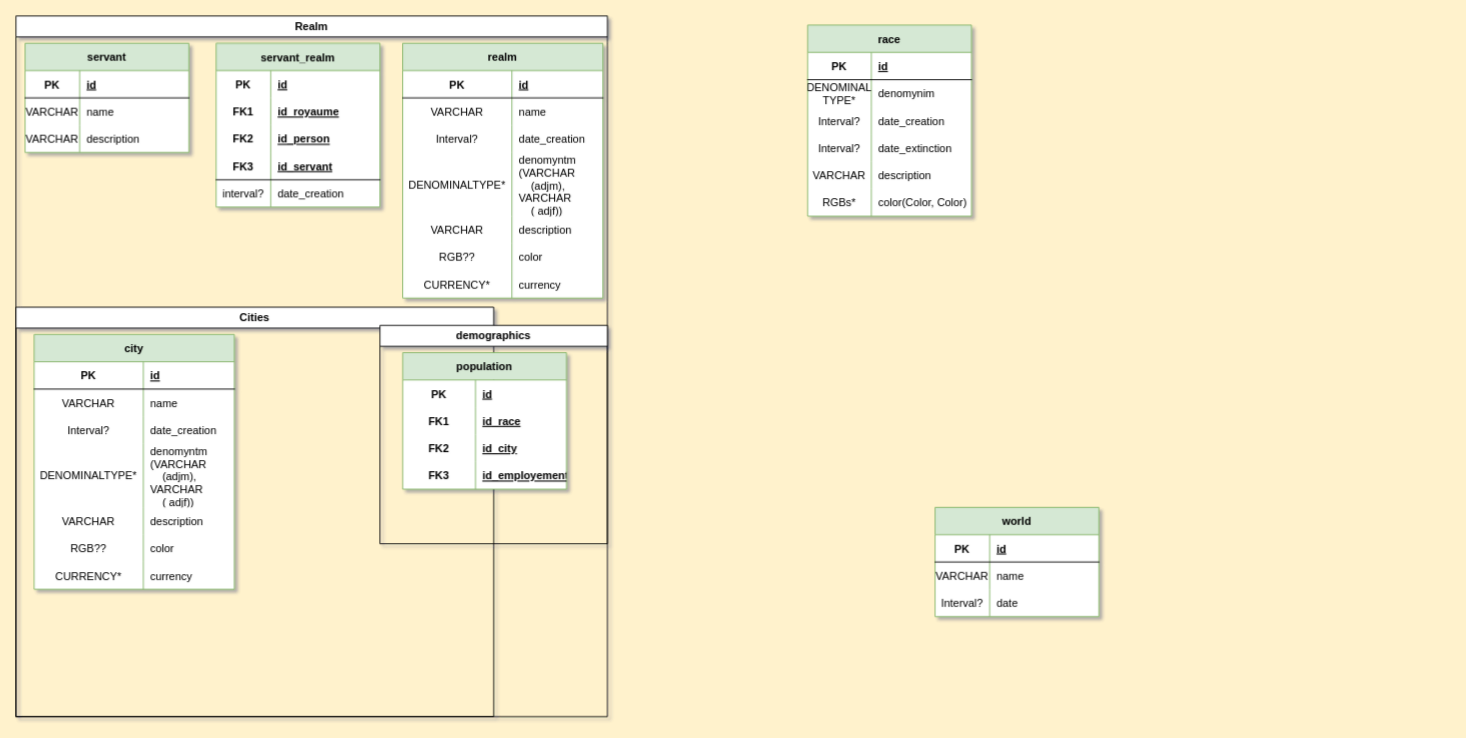
The draw.io diagram Conception/model_draft.drawio in WyllasSidjeno/SRPG-Database-Manager, before the edit. Source tidied: cells renumbered, new cells numbered last; positions are measured from the earlier drawing's top-left corner, leaving out a move shared by most shapes. Both pictures are drawn from the tidied source at 91%, with x=0, y=0 at pixel (15, 15).
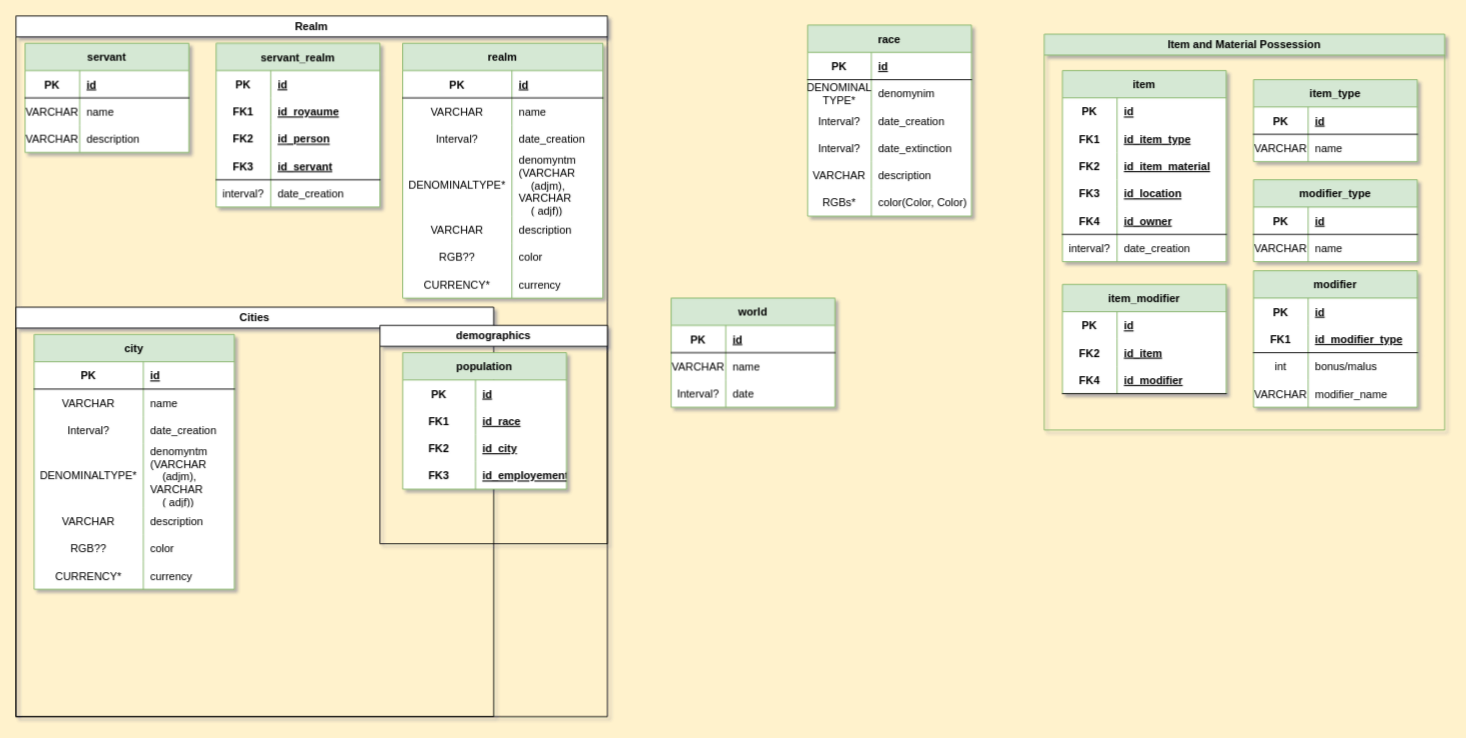
The same page after the edit.

Change to the diagram source:
```diff
@@
     <mxCell id="2" value="world" style="shape=table;startSize=30;childLayout=tableLayout;rowLines=0;fontStyle=1;align=center;swimlaneFillColor=default;resizeLastRow=0;top=1;labelBackgroundColor=none;fillColor=#d5e8d4;strokeColor=#82b366;" parent="1" vertex="1">
-      <mxGeometry x="1010" y="540" width="180" height="120" as="geometry" />
+      <mxGeometry x="720" y="310" width="180" height="120" as="geometry" />
     </mxCell>
@@
+    <mxCell id="117" value="Item and Material Possession" style="swimlane;whiteSpace=wrap;html=1;fillColor=#d5e8d4;strokeColor=#82b366;" parent="1" vertex="1">
+      <mxGeometry x="1130" y="20" width="440" height="435" as="geometry" />
+    </mxCell>
+    <mxCell id="118" value="item" style="shape=table;startSize=30;childLayout=tableLayout;rowLines=0;fontStyle=1;align=center;fillColor=#d5e8d4;strokeColor=#82b366;swimlaneFillColor=default;labelBackgroundColor=none;" parent="117" vertex="1">
+      <mxGeometry x="20" y="40" width="180" height="210" as="geometry" />
+    </mxCell>
+    <mxCell id="119" style="shape=tableRow;horizontal=0;startSize=0;swimlaneHead=0;swimlaneBody=0;fillColor=none;top=0;left=0;right=0;bottom=0;" parent="118" vertex="1">
+      <mxGeometry y="30" width="180" height="30" as="geometry" />
+    </mxCell>
+    <mxCell id="120" value="PK" style="shape=partialRectangle;fillColor=none;top=0;left=0;bottom=0;right=0;fontStyle=1;overflow=hidden;" parent="119" vertex="1">
+      <mxGeometry width="60" height="30" as="geometry" />
+    </mxCell>
+    <mxCell id="121" value="id" style="shape=partialRectangle;fillColor=none;top=0;left=0;bottom=0;right=0;align=left;spacingLeft=6;fontStyle=5;overflow=hidden;" parent="119" vertex="1">
+      <mxGeometry x="60" width="120" height="30" as="geometry" />
+    </mxCell>
+    <mxCell id="122" style="shape=tableRow;horizontal=0;startSize=0;swimlaneHead=0;swimlaneBody=0;fillColor=none;top=0;left=0;right=0;bottom=0;" parent="118" vertex="1">
+      <mxGeometry y="60" width="180" height="30" as="geometry" />
+    </mxCell>
+    <mxCell id="123" value="FK1" style="shape=partialRectangle;fillColor=none;top=0;left=0;bottom=0;right=0;fontStyle=1;overflow=hidden;" parent="122" vertex="1">
+      <mxGeometry width="60" height="30" as="geometry" />
+    </mxCell>
+    <mxCell id="124" value="id_item_type" style="shape=partialRectangle;fillColor=none;top=0;left=0;bottom=0;right=0;align=left;spacingLeft=6;fontStyle=5;overflow=hidden;" parent="122" vertex="1">
+      <mxGeometry x="60" width="120" height="30" as="geometry" />
+    </mxCell>
+    <mxCell id="125" style="shape=tableRow;horizontal=0;startSize=0;swimlaneHead=0;swimlaneBody=0;fillColor=none;top=0;left=0;right=0;bottom=0;" parent="118" vertex="1">
+      <mxGeometry y="90" width="180" height="30" as="geometry" />
+    </mxCell>
+    <mxCell id="126" value="FK2" style="shape=partialRectangle;fillColor=none;top=0;left=0;bottom=0;right=0;fontStyle=1;overflow=hidden;" parent="125" vertex="1">
+      <mxGeometry width="60" height="30" as="geometry" />
+    </mxCell>
+    <mxCell id="127" value="id_item_material" style="shape=partialRectangle;fillColor=none;top=0;left=0;bottom=0;right=0;align=left;spacingLeft=6;fontStyle=5;overflow=hidden;" parent="125" vertex="1">
+      <mxGeometry x="60" width="120" height="30" as="geometry" />
+    </mxCell>
+    <mxCell id="128" style="shape=tableRow;horizontal=0;startSize=0;swimlaneHead=0;swimlaneBody=0;fillColor=none;top=0;left=0;right=0;bottom=0;" parent="118" vertex="1">
+      <mxGeometry y="120" width="180" height="30" as="geometry" />
+    </mxCell>
+    <mxCell id="129" value="FK3" style="shape=partialRectangle;fillColor=none;top=0;left=0;bottom=0;right=0;fontStyle=1;overflow=hidden;" parent="128" vertex="1">
+      <mxGeometry width="60" height="30" as="geometry" />
+    </mxCell>
+    <mxCell id="130" value="id_location" style="shape=partialRectangle;fillColor=none;top=0;left=0;bottom=0;right=0;align=left;spacingLeft=6;fontStyle=5;overflow=hidden;" parent="128" vertex="1">
+      <mxGeometry x="60" width="120" height="30" as="geometry" />
+    </mxCell>
+    <mxCell id="131" style="shape=tableRow;horizontal=0;startSize=0;swimlaneHead=0;swimlaneBody=0;fillColor=none;top=0;left=0;right=0;bottom=1;" parent="118" vertex="1">
+      <mxGeometry y="150" width="180" height="30" as="geometry" />
+    </mxCell>
+    <mxCell id="132" value="FK4" style="shape=partialRectangle;fillColor=none;top=0;left=0;bottom=0;right=0;fontStyle=1;overflow=hidden;" parent="131" vertex="1">
+      <mxGeometry width="60" height="30" as="geometry" />
+    </mxCell>
+    <mxCell id="133" value="id_owner" style="shape=partialRectangle;fillColor=none;top=0;left=0;bottom=0;right=0;align=left;spacingLeft=6;fontStyle=5;overflow=hidden;" parent="131" vertex="1">
+      <mxGeometry x="60" width="120" height="30" as="geometry" />
+    </mxCell>
+    <mxCell id="134" style="shape=tableRow;horizontal=0;startSize=0;swimlaneHead=0;swimlaneBody=0;fillColor=none;top=0;left=0;right=0;bottom=0;" parent="118" vertex="1">
+      <mxGeometry y="180" width="180" height="30" as="geometry" />
+    </mxCell>
+    <mxCell id="135" value="interval?" style="shape=partialRectangle;fillColor=none;top=0;left=0;bottom=0;right=0;overflow=hidden;" parent="134" vertex="1">
+      <mxGeometry width="60" height="30" as="geometry" />
+    </mxCell>
+    <mxCell id="136" value="date_creation" style="shape=partialRectangle;fillColor=none;top=0;left=0;bottom=0;right=0;align=left;spacingLeft=6;overflow=hidden;" parent="134" vertex="1">
+      <mxGeometry x="60" width="120" height="30" as="geometry" />
+    </mxCell>
+    <mxCell id="137" value="item_type" style="shape=table;startSize=30;childLayout=tableLayout;rowLines=0;fontStyle=1;align=center;fillColor=#d5e8d4;strokeColor=#82b366;swimlaneFillColor=default;labelBackgroundColor=none;" parent="117" vertex="1">
+      <mxGeometry x="230" y="50" width="180" height="90" as="geometry" />
+    </mxCell>
+    <mxCell id="138" style="shape=tableRow;horizontal=0;startSize=0;swimlaneHead=0;swimlaneBody=0;fillColor=none;top=0;left=0;right=0;bottom=1;" parent="137" vertex="1">
+      <mxGeometry y="30" width="180" height="30" as="geometry" />
+    </mxCell>
+    <mxCell id="139" value="PK" style="shape=partialRectangle;fillColor=none;top=0;left=0;bottom=0;right=0;fontStyle=1;overflow=hidden;" parent="138" vertex="1">
+      <mxGeometry width="60" height="30" as="geometry" />
+    </mxCell>
+    <mxCell id="140" value="id" style="shape=partialRectangle;fillColor=none;top=0;left=0;bottom=0;right=0;align=left;spacingLeft=6;fontStyle=5;overflow=hidden;" parent="138" vertex="1">
+      <mxGeometry x="60" width="120" height="30" as="geometry" />
+    </mxCell>
+    <mxCell id="141" style="shape=tableRow;horizontal=0;startSize=0;swimlaneHead=0;swimlaneBody=0;fillColor=none;top=0;left=0;right=0;bottom=0;" parent="137" vertex="1">
+      <mxGeometry y="60" width="180" height="30" as="geometry" />
+    </mxCell>
+    <mxCell id="142" value="VARCHAR" style="shape=partialRectangle;fillColor=none;top=0;left=0;bottom=0;right=0;overflow=hidden;" parent="141" vertex="1">
+      <mxGeometry width="60" height="30" as="geometry" />
+    </mxCell>
+    <mxCell id="143" value="name" style="shape=partialRectangle;fillColor=none;top=0;left=0;bottom=0;right=0;align=left;spacingLeft=6;overflow=hidden;" parent="141" vertex="1">
+      <mxGeometry x="60" width="120" height="30" as="geometry" />
+    </mxCell>
+    <mxCell id="144" value="modifier" style="shape=table;startSize=30;childLayout=tableLayout;rowLines=0;fontStyle=1;align=center;fillColor=#d5e8d4;strokeColor=#82b366;swimlaneFillColor=default;labelBackgroundColor=none;" parent="117" vertex="1">
+      <mxGeometry x="230" y="260" width="180" height="150" as="geometry" />
+    </mxCell>
+    <mxCell id="145" style="shape=tableRow;horizontal=0;startSize=0;swimlaneHead=0;swimlaneBody=0;fillColor=none;top=0;left=0;right=0;bottom=0;" parent="144" vertex="1">
+      <mxGeometry y="30" width="180" height="30" as="geometry" />
+    </mxCell>
+    <mxCell id="146" value="PK" style="shape=partialRectangle;fillColor=none;top=0;left=0;bottom=0;right=0;fontStyle=1;overflow=hidden;" parent="145" vertex="1">
+      <mxGeometry width="60" height="30" as="geometry" />
+    </mxCell>
+    <mxCell id="147" value="id" style="shape=partialRectangle;fillColor=none;top=0;left=0;bottom=0;right=0;align=left;spacingLeft=6;fontStyle=5;overflow=hidden;" parent="145" vertex="1">
+      <mxGeometry x="60" width="120" height="30" as="geometry" />
+    </mxCell>
+    <mxCell id="148" style="shape=tableRow;horizontal=0;startSize=0;swimlaneHead=0;swimlaneBody=0;fillColor=none;top=0;left=0;right=0;bottom=1;" parent="144" vertex="1">
+      <mxGeometry y="60" width="180" height="30" as="geometry" />
+    </mxCell>
+    <mxCell id="149" value="FK1" style="shape=partialRectangle;fillColor=none;top=0;left=0;bottom=0;right=0;fontStyle=1;overflow=hidden;" parent="148" vertex="1">
+      <mxGeometry width="60" height="30" as="geometry" />
+    </mxCell>
+    <mxCell id="150" value="id_modifier_type" style="shape=partialRectangle;fillColor=none;top=0;left=0;bottom=0;right=0;align=left;spacingLeft=6;fontStyle=5;overflow=hidden;" parent="148" vertex="1">
+      <mxGeometry x="60" width="120" height="30" as="geometry" />
+    </mxCell>
+    <mxCell id="151" style="shape=tableRow;horizontal=0;startSize=0;swimlaneHead=0;swimlaneBody=0;fillColor=none;top=0;left=0;right=0;bottom=0;" parent="144" vertex="1">
+      <mxGeometry y="90" width="180" height="30" as="geometry" />
+    </mxCell>
+    <mxCell id="152" value="int" style="shape=partialRectangle;fillColor=none;top=0;left=0;bottom=0;right=0;overflow=hidden;" parent="151" vertex="1">
+      <mxGeometry width="60" height="30" as="geometry" />
+    </mxCell>
+    <mxCell id="153" value="bonus/malus" style="shape=partialRectangle;fillColor=none;top=0;left=0;bottom=0;right=0;align=left;spacingLeft=6;overflow=hidden;" parent="151" vertex="1">
+      <mxGeometry x="60" width="120" height="30" as="geometry" />
+    </mxCell>
+    <mxCell id="154" style="shape=tableRow;horizontal=0;startSize=0;swimlaneHead=0;swimlaneBody=0;fillColor=none;top=0;left=0;right=0;bottom=0;" parent="144" vertex="1">
+      <mxGeometry y="120" width="180" height="30" as="geometry" />
+    </mxCell>
+    <mxCell id="155" value="VARCHAR" style="shape=partialRectangle;fillColor=none;top=0;left=0;bottom=0;right=0;overflow=hidden;" parent="154" vertex="1">
+      <mxGeometry width="60" height="30" as="geometry" />
+    </mxCell>
+    <mxCell id="156" value="modifier_name" style="shape=partialRectangle;fillColor=none;top=0;left=0;bottom=0;right=0;align=left;spacingLeft=6;overflow=hidden;" parent="154" vertex="1">
+      <mxGeometry x="60" width="120" height="30" as="geometry" />
+    </mxCell>
+    <mxCell id="157" value="modifier_type" style="shape=table;startSize=30;childLayout=tableLayout;rowLines=0;fontStyle=1;align=center;swimlaneFillColor=default;resizeLastRow=0;top=1;labelBackgroundColor=none;fillColor=#d5e8d4;strokeColor=#82b366;" parent="117" vertex="1">
+      <mxGeometry x="230" y="160" width="180" height="90" as="geometry" />
+    </mxCell>
+    <mxCell id="158" style="shape=tableRow;horizontal=0;startSize=0;swimlaneHead=0;swimlaneBody=0;fillColor=none;top=0;left=0;right=0;bottom=1;swimlaneFillColor=default;" parent="157" vertex="1">
+      <mxGeometry y="30" width="180" height="30" as="geometry" />
+    </mxCell>
+    <mxCell id="159" value="PK" style="shape=partialRectangle;fillColor=none;top=0;left=0;bottom=0;right=0;fontStyle=1;overflow=hidden;swimlaneFillColor=default;" parent="158" vertex="1">
+      <mxGeometry width="60" height="30" as="geometry" />
+    </mxCell>
+    <mxCell id="160" value="id" style="shape=partialRectangle;fillColor=none;top=0;left=0;bottom=0;right=0;align=left;spacingLeft=6;fontStyle=5;overflow=hidden;swimlaneFillColor=default;" parent="158" vertex="1">
+      <mxGeometry x="60" width="120" height="30" as="geometry" />
+    </mxCell>
+    <mxCell id="161" style="shape=tableRow;horizontal=0;startSize=0;swimlaneHead=0;swimlaneBody=0;fillColor=none;top=0;left=0;right=0;bottom=0;swimlaneFillColor=default;" parent="157" vertex="1">
+      <mxGeometry y="60" width="180" height="30" as="geometry" />
+    </mxCell>
+    <mxCell id="162" value="VARCHAR" style="shape=partialRectangle;fillColor=none;top=0;left=0;bottom=0;right=0;overflow=hidden;swimlaneFillColor=default;" parent="161" vertex="1">
+      <mxGeometry width="60" height="30" as="geometry" />
+    </mxCell>
+    <mxCell id="163" value="name" style="shape=partialRectangle;fillColor=none;top=0;left=0;bottom=0;right=0;align=left;spacingLeft=6;overflow=hidden;swimlaneFillColor=default;" parent="161" vertex="1">
+      <mxGeometry x="60" width="120" height="30" as="geometry" />
+    </mxCell>
+    <mxCell id="164" value="item_modifier" style="shape=table;startSize=30;childLayout=tableLayout;rowLines=0;fontStyle=1;align=center;fillColor=#d5e8d4;strokeColor=#82b366;swimlaneFillColor=default;labelBackgroundColor=none;" parent="117" vertex="1">
+      <mxGeometry x="20" y="275" width="180" height="120" as="geometry" />
+    </mxCell>
+    <mxCell id="165" style="shape=tableRow;horizontal=0;startSize=0;swimlaneHead=0;swimlaneBody=0;fillColor=none;top=0;left=0;right=0;bottom=0;" parent="164" vertex="1">
+      <mxGeometry y="30" width="180" height="30" as="geometry" />
+    </mxCell>
+    <mxCell id="166" value="PK" style="shape=partialRectangle;fillColor=none;top=0;left=0;bottom=0;right=0;fontStyle=1;overflow=hidden;" parent="165" vertex="1">
+      <mxGeometry width="60" height="30" as="geometry" />
+    </mxCell>
+    <mxCell id="167" value="id" style="shape=partialRectangle;fillColor=none;top=0;left=0;bottom=0;right=0;align=left;spacingLeft=6;fontStyle=5;overflow=hidden;" parent="165" vertex="1">
+      <mxGeometry x="60" width="120" height="30" as="geometry" />
+    </mxCell>
+    <mxCell id="168" style="shape=tableRow;horizontal=0;startSize=0;swimlaneHead=0;swimlaneBody=0;fillColor=none;top=0;left=0;right=0;bottom=0;" parent="164" vertex="1">
+      <mxGeometry y="60" width="180" height="30" as="geometry" />
+    </mxCell>
+    <mxCell id="169" value="FK2" style="shape=partialRectangle;fillColor=none;top=0;left=0;bottom=0;right=0;fontStyle=1;overflow=hidden;" parent="168" vertex="1">
+      <mxGeometry width="60" height="30" as="geometry" />
+    </mxCell>
+    <mxCell id="170" value="id_item" style="shape=partialRectangle;fillColor=none;top=0;left=0;bottom=0;right=0;align=left;spacingLeft=6;fontStyle=5;overflow=hidden;" parent="168" vertex="1">
+      <mxGeometry x="60" width="120" height="30" as="geometry" />
+    </mxCell>
+    <mxCell id="171" style="shape=tableRow;horizontal=0;startSize=0;swimlaneHead=0;swimlaneBody=0;fillColor=none;top=0;left=0;right=0;bottom=1;" parent="164" vertex="1">
+      <mxGeometry y="90" width="180" height="30" as="geometry" />
+    </mxCell>
+    <mxCell id="172" value="FK4" style="shape=partialRectangle;fillColor=none;top=0;left=0;bottom=0;right=0;fontStyle=1;overflow=hidden;" parent="171" vertex="1">
+      <mxGeometry width="60" height="30" as="geometry" />
+    </mxCell>
+    <mxCell id="173" value="id_modifier" style="shape=partialRectangle;fillColor=none;top=0;left=0;bottom=0;right=0;align=left;spacingLeft=6;fontStyle=5;overflow=hidden;" parent="171" vertex="1">
+      <mxGeometry x="60" width="120" height="30" as="geometry" />
+    </mxCell>
```
